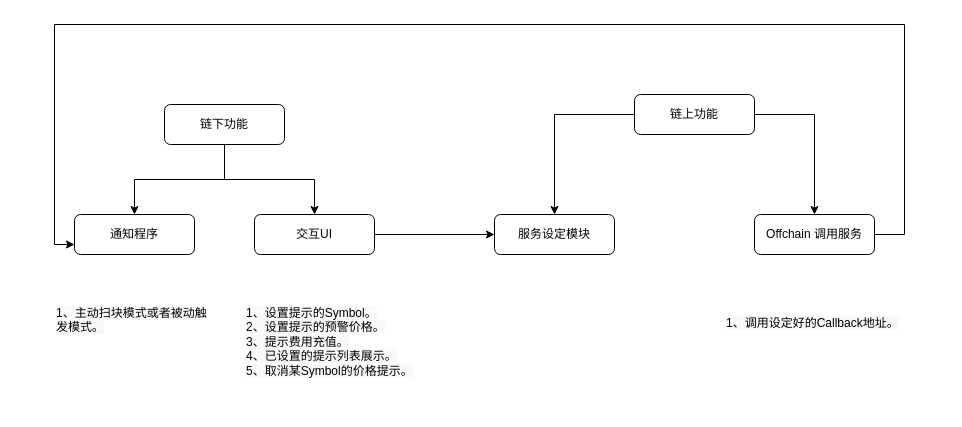
kami1983/umls keeps this draw.io diagram as page "功能流程" (1 of 2) of 自动报价程序.drawio. Above is the earlier version. Source tidied: cells renumbered, new cells numbered last; positions are measured from the earlier drawing's top-left corner, leaving out a move shared by most shapes. Both pictures are drawn from the tidied source at 100%, with x=0, y=0 at pixel (54, 24).
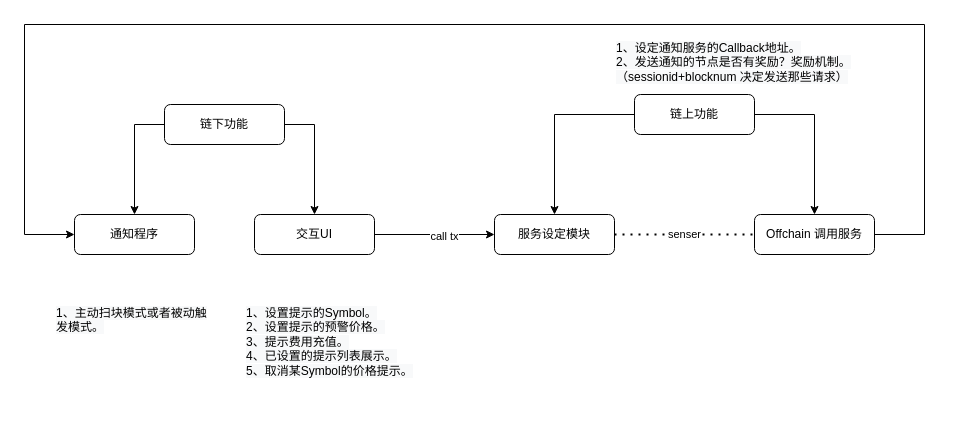
After the change.

Commit message:
更新自动报价程序.drawio

Unchanged cells that the change refers to:
```xml
<mxCell id="7" value="链下功能" style="rounded=1;whiteSpace=wrap;html=1;fontSize=12;glass=0;strokeWidth=1;shadow=0;" parent="1" vertex="1">
  <mxGeometry x="110" y="80" width="120" height="40" as="geometry" />
</mxCell>
<mxCell id="9" value="通知程序" style="rounded=1;whiteSpace=wrap;html=1;fontSize=12;glass=0;strokeWidth=1;shadow=0;" parent="1" vertex="1">
  <mxGeometry x="20" y="190" width="120" height="40" as="geometry" />
</mxCell>
<mxCell id="10" style="edgeStyle=orthogonalEdgeStyle;rounded=0;jettySize=auto;html=1;entryX=0;entryY=0.5;entryDx=0;entryDy=0;" parent="1" edge="1" source="11" target="13">
  <mxGeometry relative="1" as="geometry" />
</mxCell>
<mxCell id="11" value="交互UI" style="rounded=1;whiteSpace=wrap;html=1;fontSize=12;glass=0;strokeWidth=1;shadow=0;" parent="1" vertex="1">
  <mxGeometry x="200" y="190" width="120" height="40" as="geometry" />
</mxCell>
<mxCell id="13" value="服务设定模块" style="rounded=1;whiteSpace=wrap;html=1;fontSize=12;glass=0;strokeWidth=1;shadow=0;" parent="1" vertex="1">
  <mxGeometry x="440" y="190" width="120" height="40" as="geometry" />
</mxCell>
<mxCell id="15" value="Offchain 调用服务" style="rounded=1;whiteSpace=wrap;html=1;fontSize=12;glass=0;strokeWidth=1;shadow=0;" parent="1" vertex="1">
  <mxGeometry x="700" y="190" width="120" height="40" as="geometry" />
</mxCell>
```

Change to the diagram source:
```diff
@@
     <mxCell id="5" style="edgeStyle=orthogonalEdgeStyle;rounded=0;jettySize=auto;html=1;" parent="1" edge="1" source="7" target="9">
-      <mxGeometry relative="1" as="geometry" />
+      <mxGeometry relative="1" as="geometry">
+        <Array as="points">
+          <mxPoint x="80" y="100" />
+        </Array>
+      </mxGeometry>
     </mxCell>
     <mxCell id="6" style="edgeStyle=orthogonalEdgeStyle;rounded=0;jettySize=auto;html=1;" parent="1" edge="1" source="7" target="11">
-      <mxGeometry relative="1" as="geometry" />
+      <mxGeometry relative="1" as="geometry">
+        <Array as="points">
+          <mxPoint x="260" y="100" />
+        </Array>
+      </mxGeometry>
     </mxCell>
@@
+    <mxCell id="17" value="call tx" style="edgeLabel;html=1;align=center;verticalAlign=middle;" parent="10" vertex="1">
+      <mxGeometry x="0.15" y="-1" relative="1" as="geometry" />
+    </mxCell>
@@
-    <mxCell id="14" style="edgeStyle=orthogonalEdgeStyle;rounded=0;jettySize=auto;html=1;entryX=0;entryY=0.75;entryDx=0;entryDy=0;" parent="1" edge="1" source="15" target="9">
+    <mxCell id="14" style="edgeStyle=orthogonalEdgeStyle;rounded=0;jettySize=auto;html=1;entryX=0;entryY=0.5;entryDx=0;entryDy=0;" parent="1" edge="1" source="15" target="9">
       <mxGeometry relative="1" as="geometry">
         <Array as="points">
-          <mxPoint x="850" y="210" />
-          <mxPoint x="850" />
-          <mxPoint />
-          <mxPoint y="220" />
+          <mxPoint x="870" y="210" />
+          <mxPoint x="870" />
+          <mxPoint x="-30" />
+          <mxPoint x="-30" y="210" />
         </Array>
       </mxGeometry>
     </mxCell>
@@
-    <mxCell id="16" value="&lt;span style=&quot;color: rgb(0, 0, 0); font-family: Helvetica; font-size: 12px; font-style: normal; font-variant-ligatures: normal; font-variant-caps: normal; font-weight: 400; letter-spacing: normal; orphans: 2; text-align: center; text-indent: 0px; text-transform: none; widows: 2; word-spacing: 0px; -webkit-text-stroke-width: 0px; background-color: rgb(248, 249, 250); text-decoration-thickness: initial; text-decoration-style: initial; text-decoration-color: initial; float: none; display: inline !important;&quot;&gt;1、调用设定好的Callback地址。&lt;br&gt;&lt;/span&gt;" style="text;whiteSpace=wrap;html=1;" parent="1" vertex="1">
-      <mxGeometry x="670" y="285" width="220" height="100" as="geometry" />
+    <mxCell id="16" value="&lt;span style=&quot;color: rgb(0, 0, 0); font-family: Helvetica; font-size: 12px; font-style: normal; font-variant-ligatures: normal; font-variant-caps: normal; font-weight: 400; letter-spacing: normal; orphans: 2; text-align: center; text-indent: 0px; text-transform: none; widows: 2; word-spacing: 0px; -webkit-text-stroke-width: 0px; background-color: rgb(248, 249, 250); text-decoration-thickness: initial; text-decoration-style: initial; text-decoration-color: initial; float: none; display: inline !important;&quot;&gt;1、设定通知服务的Callback地址。&lt;br&gt;2、发送通知的节点是否有奖励？奖励机制。（sessionid+blocknum 决定发送那些请求）&lt;br&gt;&lt;/span&gt;" style="text;whiteSpace=wrap;html=1;" parent="1" vertex="1">
+      <mxGeometry x="560" y="10" width="280" height="30" as="geometry" />
     </mxCell>
+    <mxCell id="18" value="senser" style="endArrow=none;dashed=1;html=1;dashPattern=1 3;strokeWidth=2;rounded=0;entryX=0;entryY=0.5;entryDx=0;entryDy=0;exitX=1;exitY=0.5;exitDx=0;exitDy=0;" parent="1" edge="1" source="13" target="15">
+      <mxGeometry relative="1" as="geometry" />
+    </mxCell>
```
